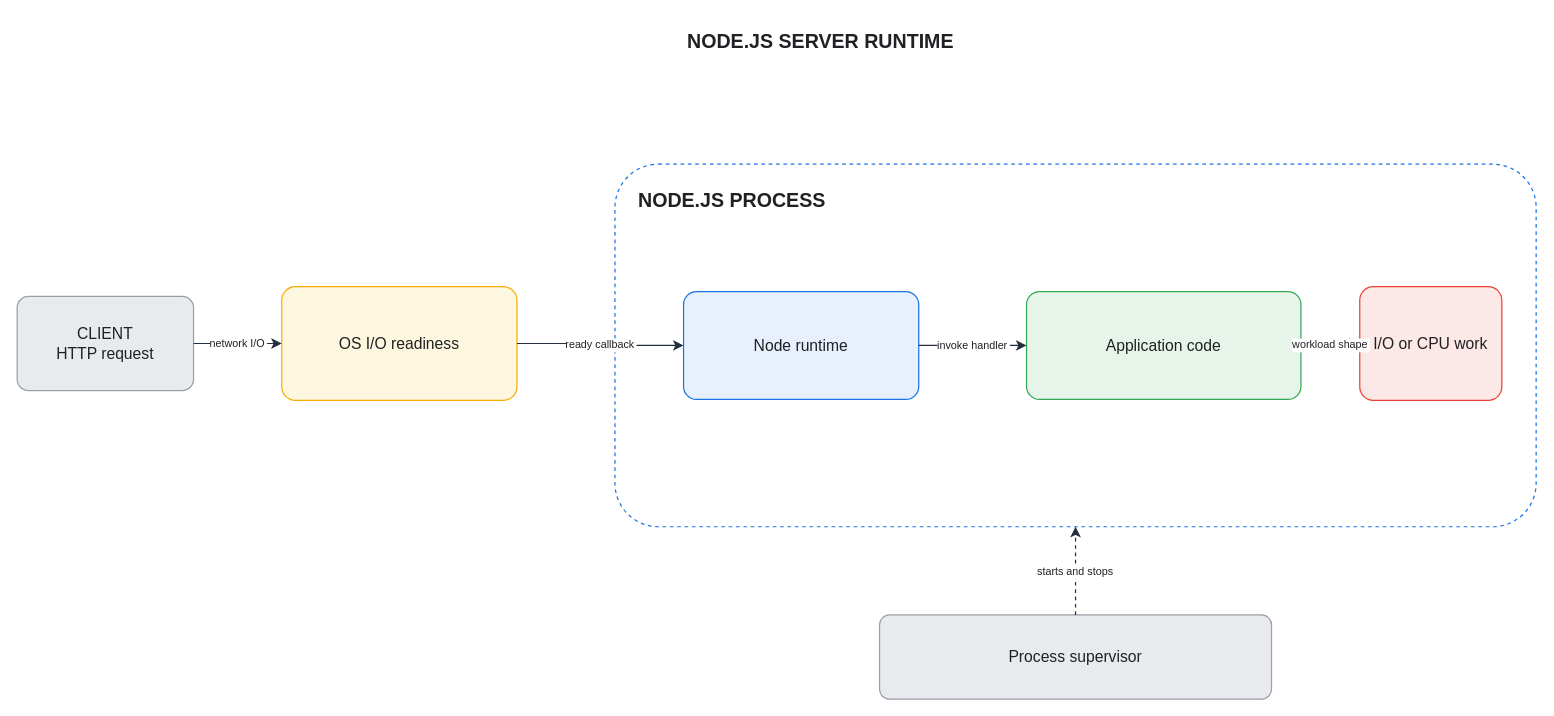
This is assets/img/nodejs/nodejs-server-runtime-overview.drawio from KKamJi98/kkamji98.github.io, a draw.io file, before an edit. Source tidied: cells renumbered, new cells numbered last; positions are measured from the earlier drawing's top-left corner, leaving out a move shared by most shapes. Both pictures are drawn from the tidied source at 98%, with x=0, y=0 at pixel (17, 17).
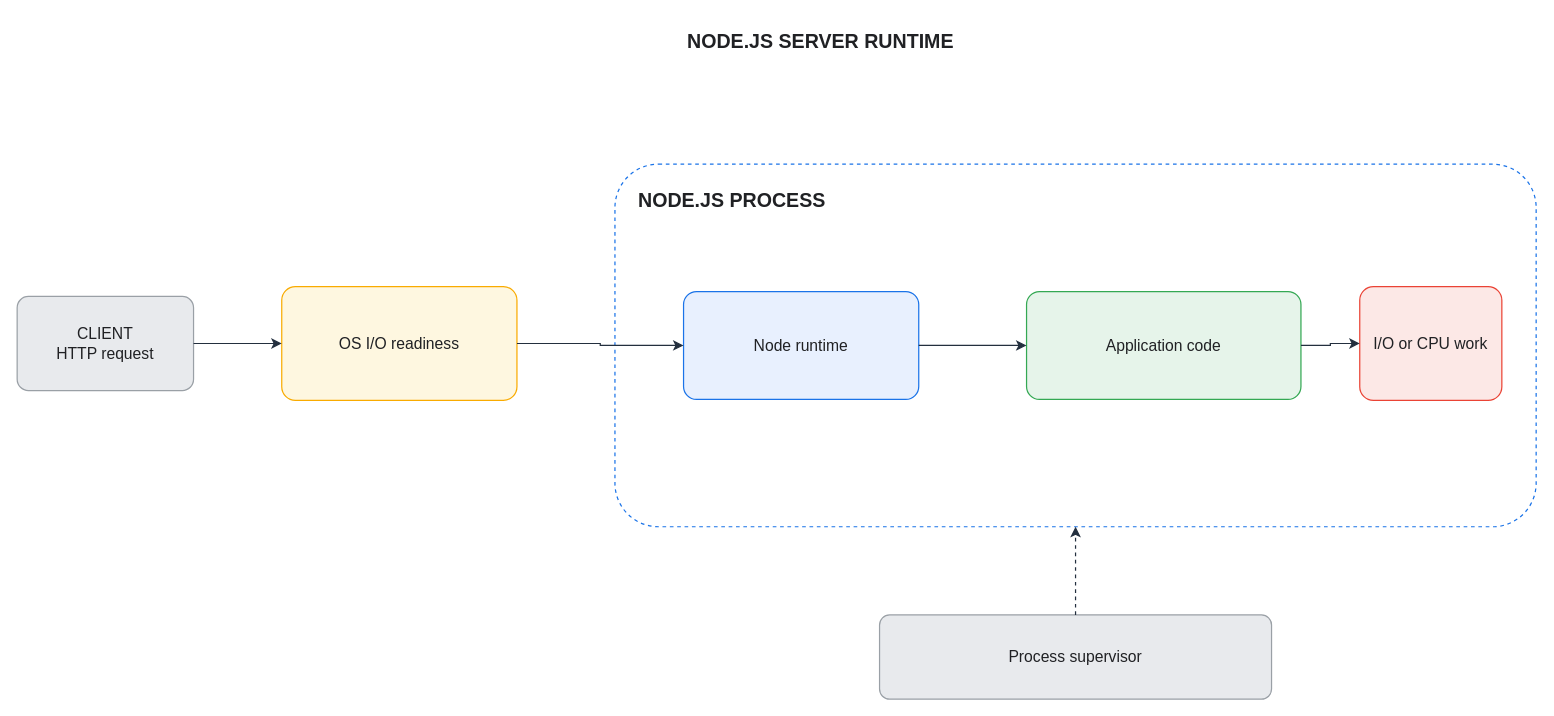
After the change.

Diff of the diagram source:
```diff
@@
 <mxGraphModel background="#FFFFFF">
   <root>
     <mxCell id="0" />
     <mxCell id="1" parent="0" />
     <mxCell id="2" value="NODE.JS SERVER RUNTIME" style="rounded=0;whiteSpace=wrap;html=0;fillColor=none;strokeColor=none;fontColor=#202124;fontSize=20;fontStyle=1;align=center;verticalAlign=middle;" parent="1" vertex="1">
       <mxGeometry x="560" width="520" height="48" as="geometry" />
     </mxCell>
     <mxCell id="3" value="CLIENT&#10;HTTP request" style="rounded=1;arcSize=12;whiteSpace=wrap;html=0;fillColor=#E8EAED;strokeColor=#9AA0A6;strokeWidth=1.25;fontColor=#202124;fontSize=16;align=center;verticalAlign=middle;" parent="1" vertex="1">
       <mxGeometry y="285" width="180" height="96" as="geometry" />
     </mxCell>
     <mxCell id="4" value="OS I/O readiness" style="rounded=1;arcSize=12;whiteSpace=wrap;html=0;fillColor=#FEF7E0;strokeColor=#F9AB00;strokeWidth=1.25;fontColor=#202124;fontSize=16;align=center;verticalAlign=middle;" parent="1" vertex="1">
       <mxGeometry x="270" y="275" width="240" height="116" as="geometry" />
     </mxCell>
     <mxCell id="5" value="NODE.JS PROCESS" style="rounded=1;arcSize=12;whiteSpace=wrap;html=0;fillColor=none;strokeColor=#1A73E8;strokeWidth=1.25;dashed=1;fontColor=#202124;fontSize=20;fontStyle=1;align=left;verticalAlign=top;spacingTop=18;spacingLeft=22;" parent="1" vertex="1">
       <mxGeometry x="610" y="150" width="940" height="370" as="geometry" />
     </mxCell>
     <mxCell id="6" value="Node runtime" style="rounded=1;arcSize=12;whiteSpace=wrap;html=0;fillColor=#E8F0FE;strokeColor=#1A73E8;strokeWidth=1.25;fontColor=#202124;fontSize=16;align=center;verticalAlign=middle;" parent="1" vertex="1">
       <mxGeometry x="680" y="280" width="240" height="110" as="geometry" />
     </mxCell>
     <mxCell id="7" value="Application code" style="rounded=1;arcSize=12;whiteSpace=wrap;html=0;fillColor=#E6F4EA;strokeColor=#34A853;strokeWidth=1.25;fontColor=#202124;fontSize=16;align=center;verticalAlign=middle;" parent="1" vertex="1">
       <mxGeometry x="1030" y="280" width="280" height="110" as="geometry" />
     </mxCell>
     <mxCell id="8" value="I/O or CPU work" style="rounded=1;arcSize=12;whiteSpace=wrap;html=0;fillColor=#FCE8E6;strokeColor=#EA4335;strokeWidth=1.25;fontColor=#202124;fontSize=16;align=center;verticalAlign=middle;" parent="1" vertex="1">
       <mxGeometry x="1370" y="275" width="145" height="116" as="geometry" />
     </mxCell>
     <mxCell id="9" value="Process supervisor" style="rounded=1;arcSize=12;whiteSpace=wrap;html=0;fillColor=#E8EAED;strokeColor=#9AA0A6;strokeWidth=1.25;fontColor=#202124;fontSize=16;align=center;verticalAlign=middle;" parent="1" vertex="1">
       <mxGeometry x="880" y="610" width="400" height="86" as="geometry" />
     </mxCell>
-    <mxCell id="10" value="network I/O" style="edgeStyle=orthogonalEdgeStyle;rounded=0;html=0;strokeColor=#232F3E;strokeWidth=1.25;fontColor=#202124;fontSize=11;labelBackgroundColor=#FFFFFF;exitX=1;exitY=0.5;entryX=0;entryY=0.5;endSize=7;" parent="1" edge="1" source="3" target="4">
+    <mxCell id="10" style="edgeStyle=orthogonalEdgeStyle;rounded=0;html=0;strokeColor=#232F3E;strokeWidth=1.25;fontColor=#202124;fontSize=11;labelBackgroundColor=none;exitX=1;exitY=0.5;entryX=0;entryY=0.5;endSize=7;" parent="1" edge="1" source="3" target="4">
       <mxGeometry relative="1" as="geometry" />
     </mxCell>
-    <mxCell id="11" value="ready callback" style="edgeStyle=orthogonalEdgeStyle;rounded=0;html=0;strokeColor=#232F3E;strokeWidth=1.25;fontColor=#202124;fontSize=11;labelBackgroundColor=#FFFFFF;exitX=1;exitY=0.5;entryX=0;entryY=0.5;endSize=7;" parent="1" edge="1" source="4" target="6">
+    <mxCell id="11" style="edgeStyle=orthogonalEdgeStyle;rounded=0;html=0;strokeColor=#232F3E;strokeWidth=1.25;fontColor=#202124;fontSize=11;labelBackgroundColor=none;exitX=1;exitY=0.5;entryX=0;entryY=0.5;endSize=7;" parent="1" edge="1" source="4" target="6">
       <mxGeometry relative="1" as="geometry" />
     </mxCell>
-    <mxCell id="12" value="invoke handler" style="edgeStyle=orthogonalEdgeStyle;rounded=0;html=0;strokeColor=#232F3E;strokeWidth=1.25;fontColor=#202124;fontSize=11;labelBackgroundColor=#FFFFFF;exitX=1;exitY=0.5;entryX=0;entryY=0.5;endSize=7;" parent="1" edge="1" source="6" target="7">
+    <mxCell id="12" style="edgeStyle=orthogonalEdgeStyle;rounded=0;html=0;strokeColor=#232F3E;strokeWidth=1.25;fontColor=#202124;fontSize=11;labelBackgroundColor=none;exitX=1;exitY=0.5;entryX=0;entryY=0.5;endSize=7;" parent="1" edge="1" source="6" target="7">
       <mxGeometry relative="1" as="geometry" />
     </mxCell>
-    <mxCell id="13" value="workload shape" style="edgeStyle=orthogonalEdgeStyle;rounded=0;html=0;strokeColor=#232F3E;strokeWidth=1.25;fontColor=#202124;fontSize=11;labelBackgroundColor=#FFFFFF;exitX=1;exitY=0.5;entryX=0;entryY=0.5;endSize=7;" parent="1" edge="1" source="7" target="8">
+    <mxCell id="13" style="edgeStyle=orthogonalEdgeStyle;rounded=0;html=0;strokeColor=#232F3E;strokeWidth=1.25;fontColor=#202124;fontSize=11;labelBackgroundColor=none;exitX=1;exitY=0.5;entryX=0;entryY=0.5;endSize=7;" parent="1" edge="1" source="7" target="8">
       <mxGeometry relative="1" as="geometry" />
     </mxCell>
-    <mxCell id="14" value="starts and stops" style="edgeStyle=orthogonalEdgeStyle;rounded=0;html=0;dashed=1;strokeColor=#232F3E;strokeWidth=1.25;fontColor=#202124;fontSize=11;labelBackgroundColor=#FFFFFF;exitX=0.5;exitY=0;entryX=0.5;entryY=1;endSize=7;" parent="1" edge="1" source="9" target="5">
+    <mxCell id="14" style="edgeStyle=orthogonalEdgeStyle;rounded=0;html=0;dashed=1;strokeColor=#232F3E;strokeWidth=1.25;fontColor=#202124;fontSize=11;labelBackgroundColor=none;exitX=0.5;exitY=0;entryX=0.5;entryY=1;endSize=7;" parent="1" edge="1" source="9" target="5">
       <mxGeometry relative="1" as="geometry" />
     </mxCell>
   </root>
 </mxGraphModel>
```
